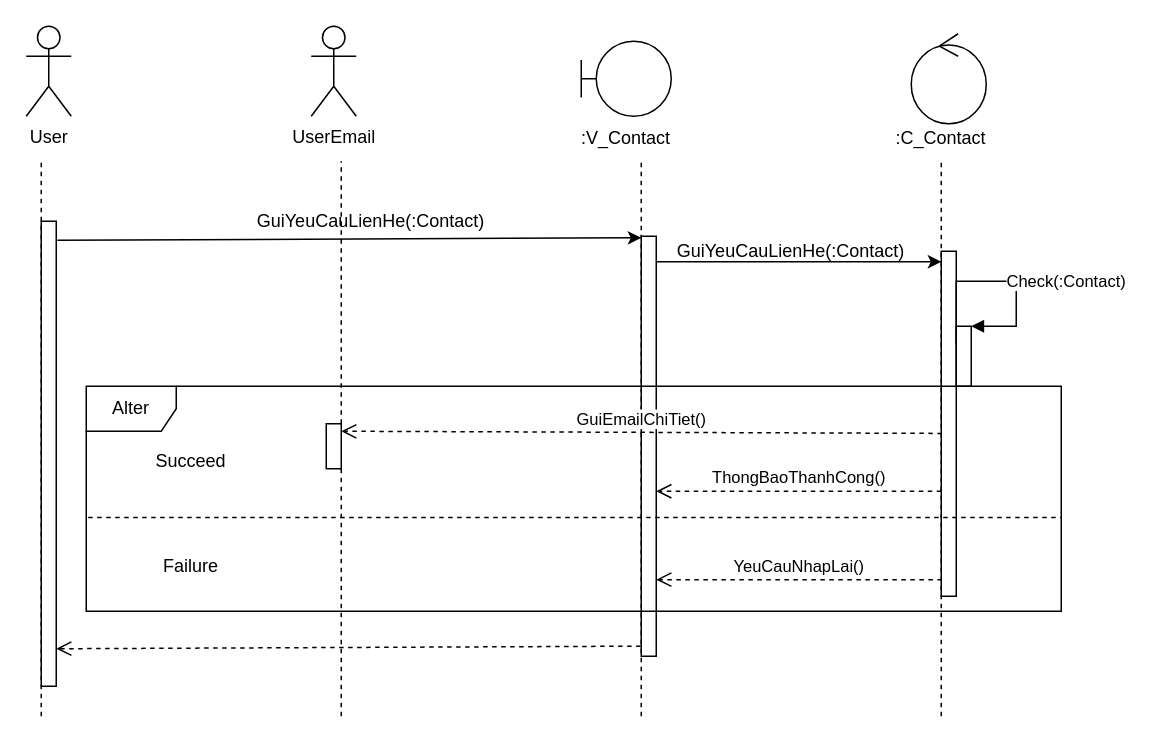
This is Sequence/GuiYeuCauLienHe.drawio from hoangminh15/PTTKHT, a draw.io file, before an edit. Source tidied: cells renumbered, new cells numbered last; positions are measured from the earlier drawing's top-left corner, leaving out a move shared by most shapes. Both pictures are drawn from the tidied source at 150%, with x=0, y=0 at pixel (26, 26).
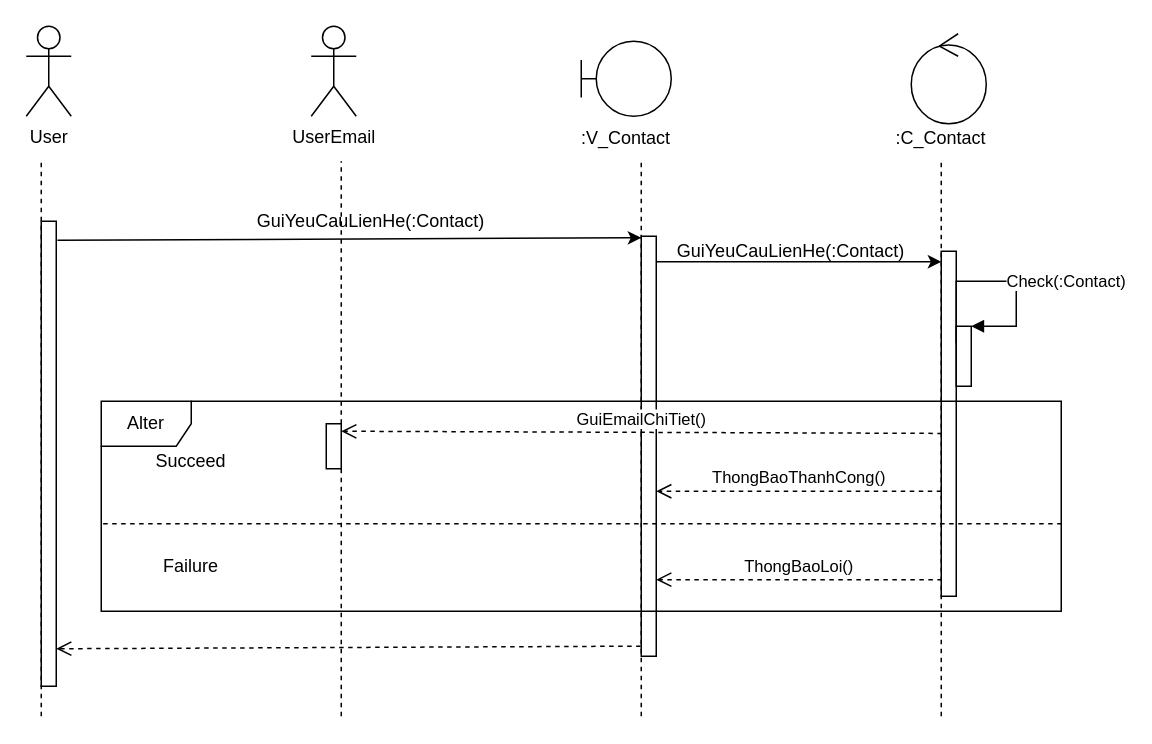
After the change.

The change refers to these unchanged cells:
```xml
<mxCell id="13" style="html=1;points=[];perimeter=orthogonalPerimeter;" parent="1" vertex="1">
  <mxGeometry x="610" y="150" width="10" height="230" as="geometry" />
</mxCell>
<mxCell id="14" style="html=1;points=[];perimeter=orthogonalPerimeter;" parent="1" vertex="1">
  <mxGeometry x="410" y="140" width="10" height="280" as="geometry" />
</mxCell>
```

What changed in the source:
```diff
@@
-    <mxCell id="24" value="YeuCauNhapLai()" style="html=1;verticalAlign=bottom;endArrow=open;dashed=1;endSize=8;exitX=0.04;exitY=0.952;exitDx=0;exitDy=0;exitPerimeter=0;" parent="1" edge="1" source="13" target="14">
+    <mxCell id="24" value="ThongBaoLoi()" style="html=1;verticalAlign=bottom;endArrow=open;dashed=1;endSize=8;exitX=0.04;exitY=0.952;exitDx=0;exitDy=0;exitPerimeter=0;" parent="1" edge="1" source="13" target="14">
       <mxGeometry relative="1" as="geometry" />
     </mxCell>
@@
     <mxCell id="26" value="Alter" style="shape=umlFrame;whiteSpace=wrap;html=1;" parent="1" vertex="1">
-      <mxGeometry x="40" y="240" width="650" height="150" as="geometry" />
+      <mxGeometry x="50" y="250" width="640" height="140" as="geometry" />
     </mxCell>
```
